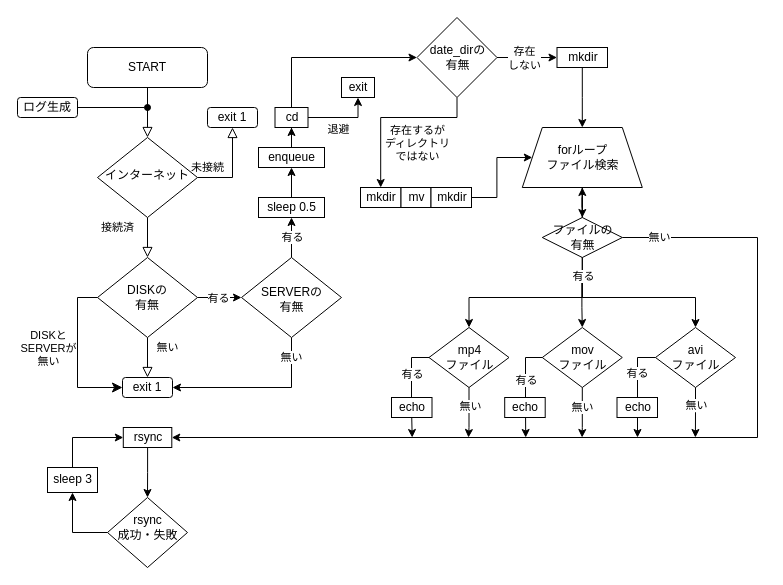
virtualitypage/draw.io keeps this draw.io diagram as ネットワーク構成図/mv_volumes_for_Samba.drawio. Above is the earlier version. Source tidied: cells renumbered, new cells numbered last; positions are measured from the earlier drawing's top-left corner, leaving out a move shared by most shapes. Both pictures are drawn from the tidied source at 100%, with x=0, y=0 at pixel (17, 17).
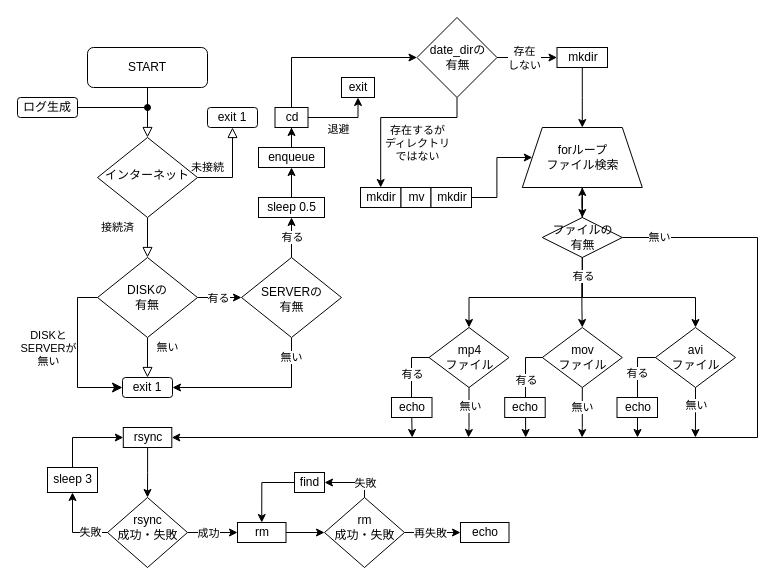
The same diagram, later.

Unchanged cells that the change refers to:
```xml
<mxCell id="50" style="edgeStyle=orthogonalEdgeStyle;rounded=0;jettySize=auto;html=1;" parent="1" edge="1" source="51" target="52">
  <mxGeometry relative="1" as="geometry" />
</mxCell>
<mxCell id="51" value="rsync&lt;div&gt;成功・失敗&lt;/div&gt;" style="rhombus;whiteSpace=wrap;html=1;shadow=0;strokeWidth=1;spacing=6;spacingTop=-10;spacingLeft=1;" parent="1" vertex="1">
  <mxGeometry x="90" y="480" width="80" height="70" as="geometry" />
</mxCell>
```

Diff of the diagram source:
```diff
@@
+    <mxCell id="75" value="失敗" style="edgeLabel;html=1;align=center;verticalAlign=middle;" parent="50" vertex="1">
+      <mxGeometry x="-0.51" y="-1" relative="1" as="geometry" />
+    </mxCell>
@@
+    <mxCell id="76" style="edgeStyle=orthogonalEdgeStyle;rounded=0;jettySize=auto;html=1;exitX=1;exitY=0.5;exitDx=0;exitDy=0;entryX=0;entryY=0.5;entryDx=0;entryDy=0;" parent="1" edge="1" source="51" target="79">
+      <mxGeometry relative="1" as="geometry" />
+    </mxCell>
+    <mxCell id="77" value="成功" style="edgeLabel;html=1;align=center;verticalAlign=middle;" parent="76" vertex="1">
+      <mxGeometry x="-0.21" relative="1" as="geometry" />
+    </mxCell>
+    <mxCell id="78" style="edgeStyle=orthogonalEdgeStyle;rounded=0;jettySize=auto;html=1;" parent="1" edge="1" source="79" target="82">
+      <mxGeometry relative="1" as="geometry" />
+    </mxCell>
+    <mxCell id="79" value="rm" style="whiteSpace=wrap;html=1;shadow=0;strokeWidth=1;spacing=6;spacingTop=-1;spacingLeft=1;" parent="1" vertex="1">
+      <mxGeometry x="220" y="505" width="48.5" height="20" as="geometry" />
+    </mxCell>
+    <mxCell id="80" style="edgeStyle=orthogonalEdgeStyle;rounded=0;jettySize=auto;html=1;entryX=0;entryY=0.5;entryDx=0;entryDy=0;" parent="1" edge="1" source="82" target="87">
+      <mxGeometry relative="1" as="geometry" />
+    </mxCell>
+    <mxCell id="81" value="再失敗" style="edgeLabel;html=1;align=center;verticalAlign=middle;" parent="80" vertex="1">
+      <mxGeometry x="-0.32" y="1" relative="1" as="geometry">
+        <mxPoint x="6" y="1" as="offset" />
+      </mxGeometry>
+    </mxCell>
+    <mxCell id="82" value="rm&lt;div&gt;成功・失敗&lt;/div&gt;" style="rhombus;whiteSpace=wrap;html=1;shadow=0;strokeWidth=1;spacing=6;spacingTop=-10;spacingLeft=1;" parent="1" vertex="1">
+      <mxGeometry x="307" y="480" width="80" height="70" as="geometry" />
+    </mxCell>
+    <mxCell id="83" value="find" style="whiteSpace=wrap;html=1;shadow=0;strokeWidth=1;spacing=6;spacingTop=-1;spacingLeft=1;" parent="1" vertex="1">
+      <mxGeometry x="277" y="455" width="30" height="20" as="geometry" />
+    </mxCell>
+    <mxCell id="84" style="edgeStyle=orthogonalEdgeStyle;rounded=0;jettySize=auto;html=1;entryX=1;entryY=0.5;entryDx=0;entryDy=0;exitX=0.5;exitY=0;exitDx=0;exitDy=0;" parent="1" edge="1" source="82" target="83">
+      <mxGeometry relative="1" as="geometry">
+        <Array as="points">
+          <mxPoint x="347" y="465" />
+        </Array>
+      </mxGeometry>
+    </mxCell>
+    <mxCell id="85" value="失敗" style="edgeLabel;html=1;align=center;verticalAlign=middle;" parent="84" vertex="1">
+      <mxGeometry x="-0.61" relative="1" as="geometry">
+        <mxPoint y="-4" as="offset" />
+      </mxGeometry>
+    </mxCell>
+    <mxCell id="86" style="edgeStyle=orthogonalEdgeStyle;rounded=0;jettySize=auto;html=1;entryX=0.5;entryY=0;entryDx=0;entryDy=0;exitX=0;exitY=0.5;exitDx=0;exitDy=0;" parent="1" edge="1" source="83" target="79">
+      <mxGeometry relative="1" as="geometry">
+        <Array as="points">
+          <mxPoint x="244" y="465" />
+        </Array>
+      </mxGeometry>
+    </mxCell>
+    <mxCell id="87" value="echo" style="whiteSpace=wrap;html=1;shadow=0;strokeWidth=1;spacing=6;spacingTop=-1;spacingLeft=1;" parent="1" vertex="1">
+      <mxGeometry x="443" y="505" width="48.5" height="20" as="geometry" />
+    </mxCell>
```
